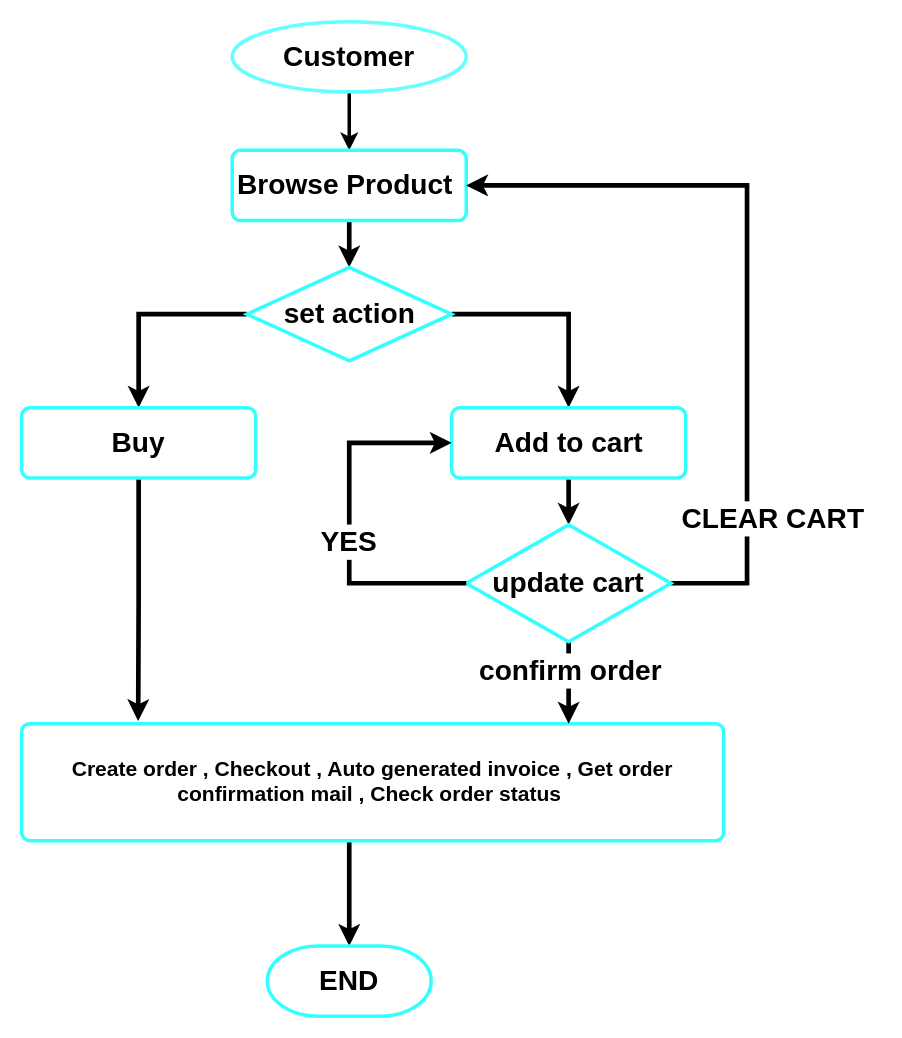
Earlier version of the draw.io diagram customer flow diagram.drawio (prashanta1542/default). Source tidied: cells renumbered, new cells numbered last; positions are measured from the earlier drawing's top-left corner, leaving out a move shared by most shapes. Both pictures are drawn from the tidied source at 117%, with x=0, y=0 at pixel (21, 21).
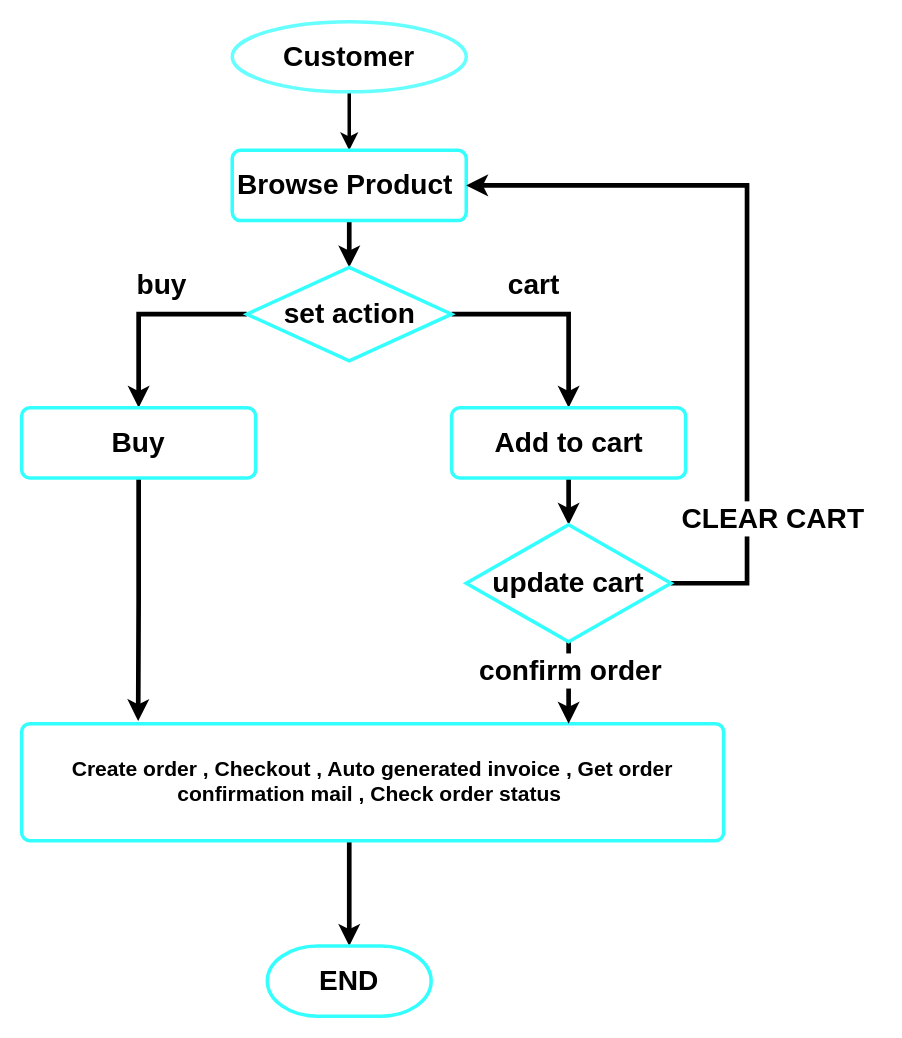
The same diagram, later.

Unchanged cells that the change refers to:
```xml
<mxCell id="13" value="&lt;font style=&quot;font-size: 24px;&quot;&gt;&lt;b&gt;Add to cart&lt;/b&gt;&lt;/font&gt;" style="rounded=1;whiteSpace=wrap;html=1;absoluteArcSize=1;arcSize=14;strokeWidth=3;strokeColor=#33FFFF;" parent="1" vertex="1">
  <mxGeometry x="367.5" y="330" width="200" height="60" as="geometry" />
</mxCell>
<mxCell id="19" value="&lt;h1&gt;update cart&lt;/h1&gt;" style="strokeWidth=3;html=1;shape=mxgraph.flowchart.decision;whiteSpace=wrap;strokeColor=#33FFFF;rounded=1;arcSize=14;" parent="1" vertex="1">
  <mxGeometry x="380" y="430" width="175" height="100" as="geometry" />
</mxCell>
```

Change to the diagram source:
```diff
@@
-    <mxCell id="17" style="edgeStyle=orthogonalEdgeStyle;rounded=0;jettySize=auto;html=1;entryX=0;entryY=0.5;entryDx=0;entryDy=0;strokeWidth=4;" parent="1" edge="1" source="22" target="13">
-      <mxGeometry relative="1" as="geometry">
-        <Array as="points">
-          <mxPoint x="280" y="360" />
-        </Array>
-      </mxGeometry>
-    </mxCell>
@@
-    <mxCell id="21" style="edgeStyle=orthogonalEdgeStyle;rounded=0;jettySize=auto;html=1;entryX=0;entryY=0.5;entryDx=0;entryDy=0;strokeWidth=4;" parent="1" edge="1" source="19" target="22">
-      <mxGeometry relative="1" as="geometry">
-        <Array as="points">
-          <mxPoint x="280" y="480" />
-        </Array>
-      </mxGeometry>
-    </mxCell>
-    <mxCell id="22" value="&lt;span style=&quot;font-size: 24px;&quot;&gt;&lt;b&gt;YES&lt;/b&gt;&lt;/span&gt;" style="text;html=1;strokeColor=none;fillColor=#FFFFFF;align=center;verticalAlign=middle;whiteSpace=wrap;rounded=0;" parent="1" vertex="1">
-      <mxGeometry x="210" y="430" width="140" height="30" as="geometry" />
+    <mxCell id="22" value="&lt;span style=&quot;font-size: 24px;&quot;&gt;&lt;b&gt;buy&lt;/b&gt;&lt;/span&gt;" style="text;html=1;strokeColor=none;fillColor=#FFFFFF;align=center;verticalAlign=middle;whiteSpace=wrap;rounded=0;" parent="1" vertex="1">
+      <mxGeometry x="50" y="210" width="140" height="30" as="geometry" />
     </mxCell>
@@
+    <mxCell id="24" value="&lt;span style=&quot;font-size: 24px;&quot;&gt;&lt;b&gt;cart&lt;/b&gt;&lt;/span&gt;" style="text;html=1;strokeColor=none;fillColor=#FFFFFF;align=center;verticalAlign=middle;whiteSpace=wrap;rounded=0;" parent="1" vertex="1">
+      <mxGeometry x="367.5" y="210" width="140" height="30" as="geometry" />
+    </mxCell>
```
